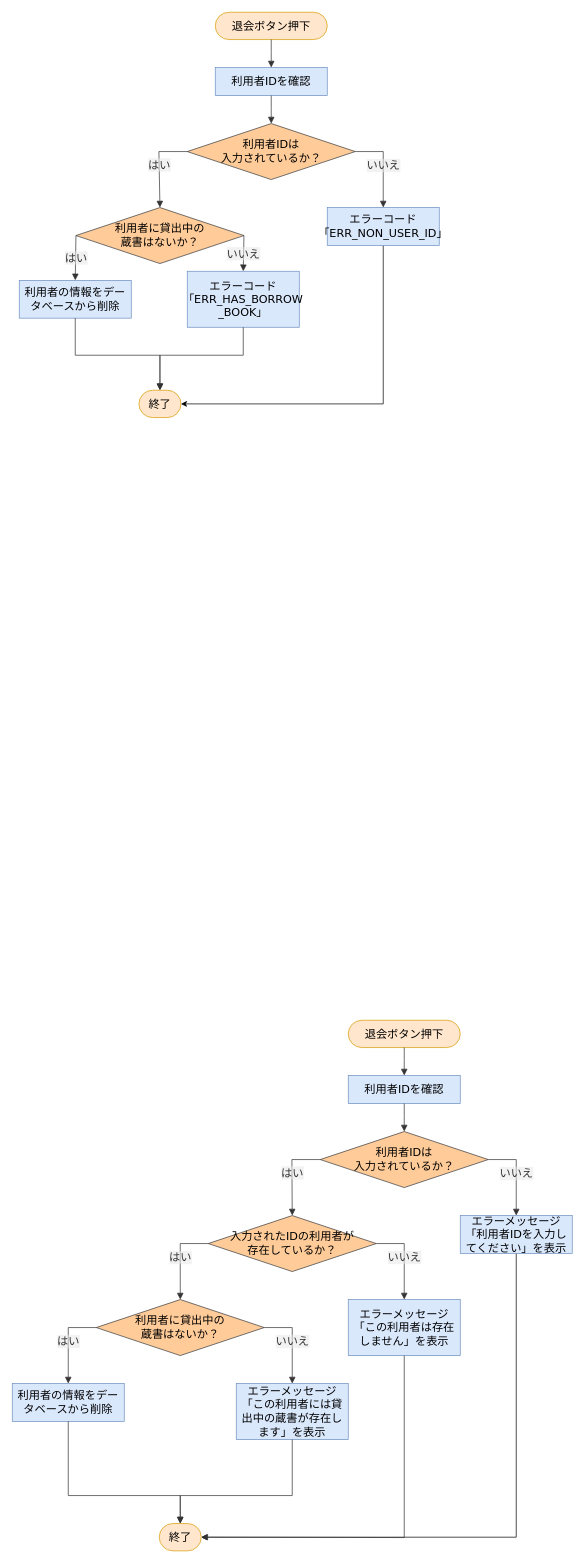
rs002421-creator/- keeps this draw.io diagram as 詳細設計書/7班/flowchart/利用者退会.drawio. Above is the earlier version. Source tidied: cells renumbered, new cells numbered last; positions are measured from the earlier drawing's top-left corner, leaving out a move shared by most shapes. Both pictures are drawn from the tidied source at 70%, with x=0, y=0 at pixel (12, 12).
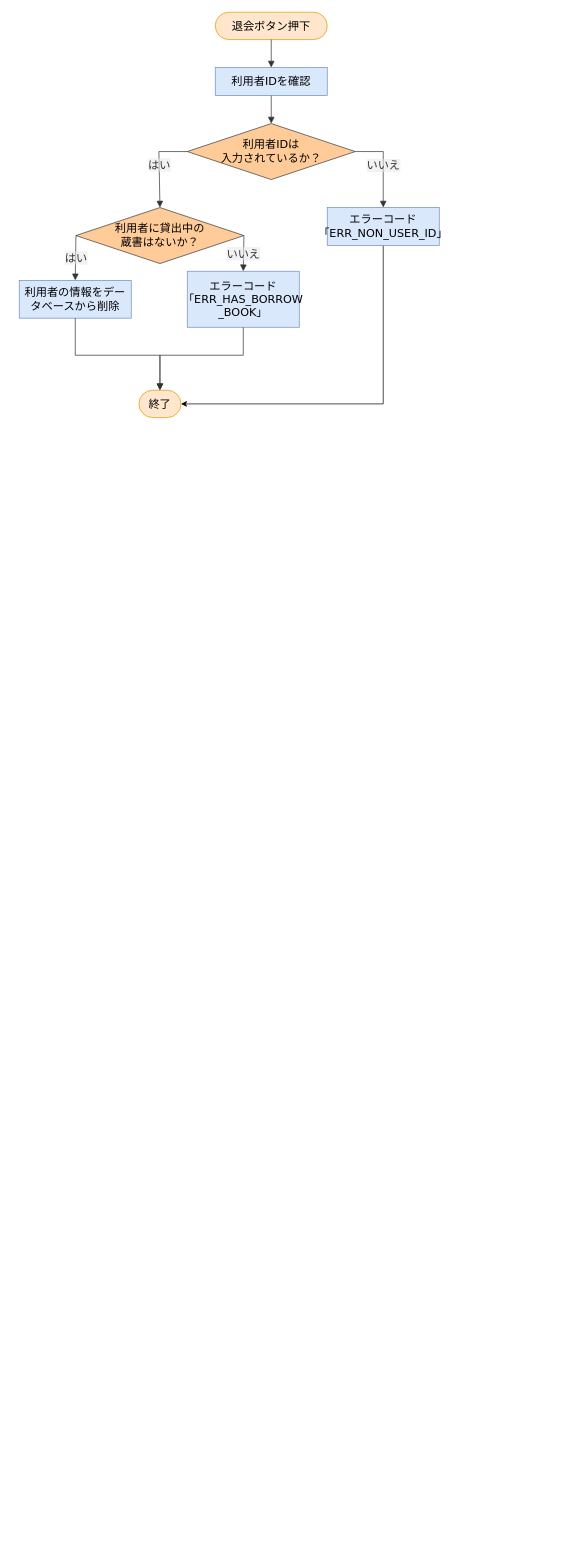
Above is the later version.

The edit, as a diff of the source:
```diff
@@
-    <mxCell id="2" style="group;" parent="1" vertex="1">
-      <mxGeometry y="1440" width="800" height="758" as="geometry" />
-    </mxCell>
-    <mxCell id="3" value="退会ボタン押下" style="html=1;rounded=1;whiteSpace=wrap;arcSize=50;strokeWidth=1;fontFamily=Trebuchet MS,Verdana,Arial,sans-serif;fontSize=16;fillColor=#ffe6cc;strokeColor=#d79b00;" parent="2" vertex="1">
-      <mxGeometry x="480" width="160" height="39" as="geometry" />
-    </mxCell>
-    <mxCell id="4" value="利用者IDを確認" style="html=1;whiteSpace=wrap;strokeWidth=1;fillColor=#dae8fc;strokeColor=#6c8ebf;fontFamily=Trebuchet MS,Verdana,Arial,sans-serif;fontSize=16;" parent="2" vertex="1">
-      <mxGeometry x="480" y="79" width="160" height="40" as="geometry" />
-    </mxCell>
-    <mxCell id="5" value="利用者IDは&lt;div&gt;入力されているか？&lt;/div&gt;" style="rhombus;html=1;strokeWidth=1;whiteSpace=wrap;fillColor=#ffcc99;strokeColor=#36393d;fontFamily=Trebuchet MS,Verdana,Arial,sans-serif;fontSize=16;" parent="2" vertex="1">
-      <mxGeometry x="440" y="159" width="240" height="80" as="geometry" />
-    </mxCell>
-    <mxCell id="6" value="入力されたIDの利用者が&lt;div&gt;存在しているか？&lt;/div&gt;" style="rhombus;html=1;strokeWidth=1;whiteSpace=wrap;fillColor=#ffcc99;strokeColor=#36393d;fontFamily=Trebuchet MS,Verdana,Arial,sans-serif;fontSize=16;" parent="2" vertex="1">
-      <mxGeometry x="280" y="279" width="240" height="80" as="geometry" />
-    </mxCell>
-    <mxCell id="7" style="edgeStyle=orthogonalEdgeStyle;rounded=0;jettySize=auto;html=1;entryX=1;entryY=0.5;entryDx=0;entryDy=0;" parent="2" edge="1" source="8" target="13">
-      <mxGeometry relative="1" as="geometry">
-        <Array as="points">
-          <mxPoint x="720" y="739" />
-        </Array>
-      </mxGeometry>
-    </mxCell>
-    <mxCell id="8" value="エラーメッセージ「利用者IDを入力してください」を表示" style="html=1;whiteSpace=wrap;strokeWidth=1;fillColor=#dae8fc;strokeColor=#6c8ebf;fontFamily=Trebuchet MS,Verdana,Arial,sans-serif;fontSize=16;" parent="2" vertex="1">
-      <mxGeometry x="640" y="279" width="160" height="54" as="geometry" />
-    </mxCell>
-    <mxCell id="9" value="利用者に貸出中の&lt;div&gt;蔵書はないか？&lt;/div&gt;" style="rhombus;html=1;strokeWidth=1;whiteSpace=wrap;fillColor=#ffcc99;strokeColor=#36393d;fontFamily=Trebuchet MS,Verdana,Arial,sans-serif;fontSize=16;" parent="2" vertex="1">
-      <mxGeometry x="120" y="399" width="240" height="80" as="geometry" />
-    </mxCell>
-    <mxCell id="10" value="エラーメッセージ「この利用者は存在しません」を表示" style="html=1;whiteSpace=wrap;strokeWidth=1;fillColor=#dae8fc;strokeColor=#6c8ebf;fontFamily=Trebuchet MS,Verdana,Arial,sans-serif;fontSize=16;" parent="2" vertex="1">
-      <mxGeometry x="480" y="399" width="160" height="80" as="geometry" />
-    </mxCell>
-    <mxCell id="11" value="利用者の情報をデータベースから削除" style="html=1;whiteSpace=wrap;strokeWidth=1;fillColor=#dae8fc;strokeColor=#6c8ebf;fontFamily=Trebuchet MS,Verdana,Arial,sans-serif;fontSize=16;" parent="2" vertex="1">
-      <mxGeometry y="519" width="160" height="54" as="geometry" />
-    </mxCell>
-    <mxCell id="12" value="エラーメッセージ「この利用者には貸出中の蔵書が存在します」を表示" style="html=1;whiteSpace=wrap;strokeWidth=1;fillColor=#dae8fc;strokeColor=#6c8ebf;fontFamily=Trebuchet MS,Verdana,Arial,sans-serif;fontSize=16;" parent="2" vertex="1">
-      <mxGeometry x="320" y="519" width="160" height="80" as="geometry" />
-    </mxCell>
-    <mxCell id="13" value="終了" style="html=1;rounded=1;whiteSpace=wrap;arcSize=50;strokeWidth=1;fontFamily=Trebuchet MS,Verdana,Arial,sans-serif;fontSize=16;fillColor=#ffe6cc;strokeColor=#d79b00;" parent="2" vertex="1">
-      <mxGeometry x="210" y="719" width="60" height="39" as="geometry" />
-    </mxCell>
-    <mxCell id="14" style="curved=1;startArrow=none;endArrow=block;endSize=7;strokeColor=light-dark(#333333,#cccccc);entryX=0.5;entryY=0;rounded=0;" parent="2" edge="1" source="3" target="4">
-      <mxGeometry relative="1" as="geometry" />
-    </mxCell>
-    <mxCell id="15" style="curved=1;startArrow=none;endArrow=block;endSize=7;strokeColor=light-dark(#333333,#cccccc);exitX=0.5;exitY=1;entryX=0.5;entryY=0;rounded=0;" parent="2" edge="1" source="4" target="5">
-      <mxGeometry relative="1" as="geometry" />
-    </mxCell>
-    <mxCell id="16" value="はい" style="curved=0;startArrow=none;endArrow=block;endSize=7;strokeColor=light-dark(#333333,#cccccc);html=1;fontSize=16;labelBackgroundColor=light-dark(#E8E8E88D,#2a2a2a8D);fontFamily=Trebuchet MS,Verdana,Arial,sans-serif;fontColor=light-dark(#333333,#cccccc);exitX=0;exitY=0.5;entryX=0.5;entryY=0;rounded=0;exitDx=0;exitDy=0;" parent="2" edge="1" source="5" target="6">
-      <mxGeometry relative="1" as="geometry">
-        <Array as="points">
-          <mxPoint x="399.5" y="199" />
-        </Array>
-      </mxGeometry>
-    </mxCell>
-    <mxCell id="17" value="いいえ" style="curved=0;startArrow=none;endArrow=block;endSize=7;strokeColor=light-dark(#333333,#cccccc);html=1;fontSize=16;labelBackgroundColor=light-dark(#E8E8E88D,#2a2a2a8D);fontFamily=Trebuchet MS,Verdana,Arial,sans-serif;fontColor=light-dark(#333333,#cccccc);exitX=1;exitY=0.5;entryX=0.5;entryY=0;rounded=0;exitDx=0;exitDy=0;" parent="2" edge="1" source="5" target="8">
-      <mxGeometry relative="1" as="geometry">
-        <Array as="points">
-          <mxPoint x="720" y="199" />
-        </Array>
-      </mxGeometry>
-    </mxCell>
-    <mxCell id="18" value="はい" style="curved=0;startArrow=none;endArrow=block;endSize=7;strokeColor=light-dark(#333333,#cccccc);html=1;fontSize=16;labelBackgroundColor=light-dark(#E8E8E88D,#2a2a2a8D);fontFamily=Trebuchet MS,Verdana,Arial,sans-serif;fontColor=light-dark(#333333,#cccccc);exitX=0;exitY=0.5;entryX=0.5;entryY=0;rounded=0;exitDx=0;exitDy=0;" parent="2" edge="1" source="6" target="9">
-      <mxGeometry relative="1" as="geometry">
-        <Array as="points">
-          <mxPoint x="240" y="319" />
-        </Array>
-      </mxGeometry>
-    </mxCell>
-    <mxCell id="19" value="いいえ" style="curved=0;startArrow=none;endArrow=block;endSize=7;strokeColor=light-dark(#333333,#cccccc);html=1;fontSize=16;labelBackgroundColor=light-dark(#E8E8E88D,#2a2a2a8D);fontFamily=Trebuchet MS,Verdana,Arial,sans-serif;fontColor=light-dark(#333333,#cccccc);exitX=1;exitY=0.5;entryX=0.5;entryY=0;rounded=0;exitDx=0;exitDy=0;" parent="2" edge="1" source="6" target="10">
-      <mxGeometry relative="1" as="geometry">
-        <Array as="points">
-          <mxPoint x="560" y="319" />
-        </Array>
-      </mxGeometry>
-    </mxCell>
-    <mxCell id="20" value="はい" style="curved=0;startArrow=none;endArrow=block;endSize=7;strokeColor=light-dark(#333333,#cccccc);html=1;fontSize=16;labelBackgroundColor=light-dark(#E8E8E88D,#2a2a2a8D);fontFamily=Trebuchet MS,Verdana,Arial,sans-serif;fontColor=light-dark(#333333,#cccccc);exitX=0;exitY=0.5;entryX=0.5;entryY=0;rounded=0;exitDx=0;exitDy=0;" parent="2" edge="1" source="9" target="11">
-      <mxGeometry relative="1" as="geometry">
-        <Array as="points">
-          <mxPoint x="80" y="439" />
-        </Array>
-      </mxGeometry>
-    </mxCell>
-    <mxCell id="21" value="いいえ" style="curved=0;startArrow=none;endArrow=block;endSize=7;strokeColor=light-dark(#333333,#cccccc);html=1;fontSize=16;labelBackgroundColor=light-dark(#E8E8E88D,#2a2a2a8D);fontFamily=Trebuchet MS,Verdana,Arial,sans-serif;fontColor=light-dark(#333333,#cccccc);exitX=1;exitY=0.5;entryX=0.5;entryY=0;rounded=0;exitDx=0;exitDy=0;" parent="2" edge="1" source="9" target="12">
-      <mxGeometry relative="1" as="geometry">
-        <Array as="points">
-          <mxPoint x="400" y="439" />
-        </Array>
-      </mxGeometry>
-    </mxCell>
-    <mxCell id="22" style="curved=0;startArrow=none;endArrow=block;endSize=7;strokeColor=light-dark(#333333,#cccccc);exitX=0.5;exitY=1;rounded=0;entryX=0.5;entryY=0;entryDx=0;entryDy=0;" parent="2" edge="1" source="11" target="13">
-      <mxGeometry relative="1" as="geometry">
-        <Array as="points">
-          <mxPoint x="80" y="679" />
-          <mxPoint x="240" y="679" />
-        </Array>
-      </mxGeometry>
-    </mxCell>
-    <mxCell id="23" style="curved=0;startArrow=none;endArrow=block;endSize=7;strokeColor=none;exitX=0.5;exitY=1;entryX=1;entryY=0.46;rounded=0;" parent="2" edge="1" source="8" target="13">
-      <mxGeometry relative="1" as="geometry">
-        <Array as="points">
-          <mxPoint x="720" y="736.9" />
-        </Array>
-      </mxGeometry>
-    </mxCell>
-    <mxCell id="24" style="curved=0;startArrow=none;endArrow=block;endSize=7;strokeColor=light-dark(#333333,#cccccc);exitX=0.5;exitY=1;entryX=1;entryY=0.5;rounded=0;entryDx=0;entryDy=0;" parent="2" edge="1" source="10" target="13">
-      <mxGeometry relative="1" as="geometry">
-        <Array as="points">
-          <mxPoint x="560" y="739" />
-        </Array>
-      </mxGeometry>
-    </mxCell>
-    <mxCell id="25" style="curved=0;startArrow=none;endArrow=block;endSize=7;strokeColor=light-dark(#333333,#cccccc);exitX=0.5;exitY=1;entryX=0.5;entryY=0;rounded=0;entryDx=0;entryDy=0;" parent="2" edge="1" source="12" target="13">
-      <mxGeometry relative="1" as="geometry">
-        <Array as="points">
-          <mxPoint x="400" y="679" />
-          <mxPoint x="240" y="679" />
-        </Array>
-      </mxGeometry>
-    </mxCell>
```
